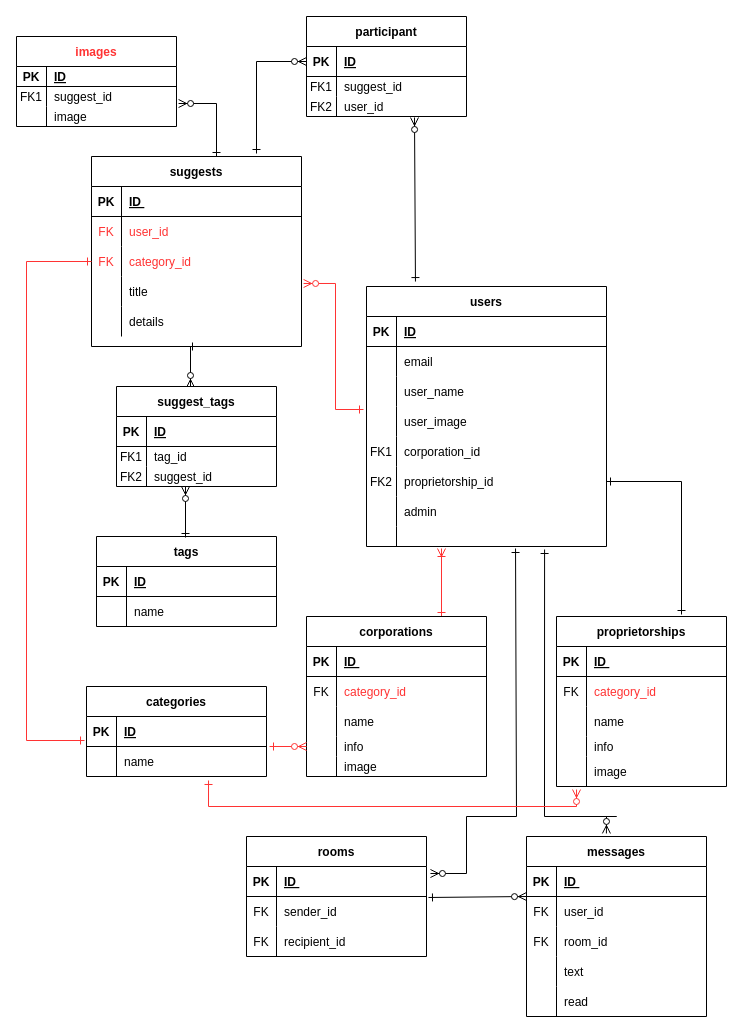
Sec-il-n/dic_guraduate_parts keeps this draw.io diagram as Untitled Diagram.drawio. Above is the earlier version. Source tidied: cells renumbered, new cells numbered last; positions are measured from the earlier drawing's top-left corner, leaving out a move shared by most shapes. Both pictures are drawn from the tidied source at 100%, with x=0, y=0 at pixel (16, 16).
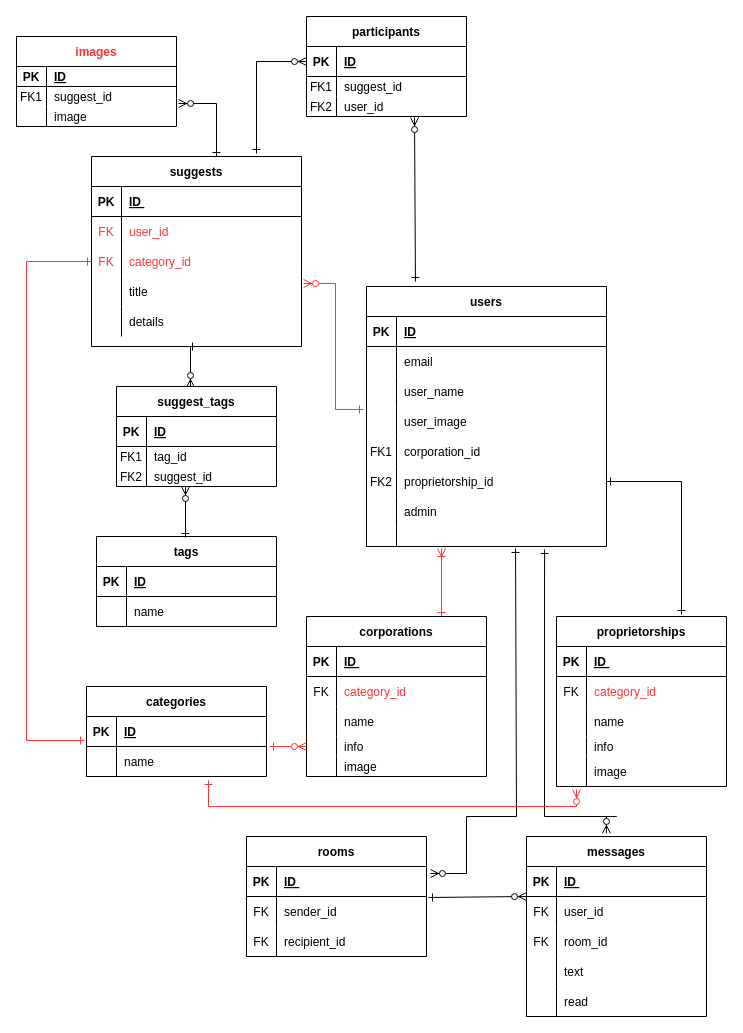
The same diagram, later.

Commit message:
Untitled Diagram.drawio を更新します

Diff of the diagram source:
```diff
@@
-    <mxCell id="135" value="participant" style="shape=table;startSize=30;childLayout=tableLayout;rowLines=0;fontStyle=1;align=center;" parent="1" vertex="1">
+    <mxCell id="135" value="participants" style="shape=table;startSize=30;childLayout=tableLayout;rowLines=0;fontStyle=1;align=center;" parent="1" vertex="1">
       <mxGeometry x="290" width="160" height="100" as="geometry" />
     </mxCell>
```
